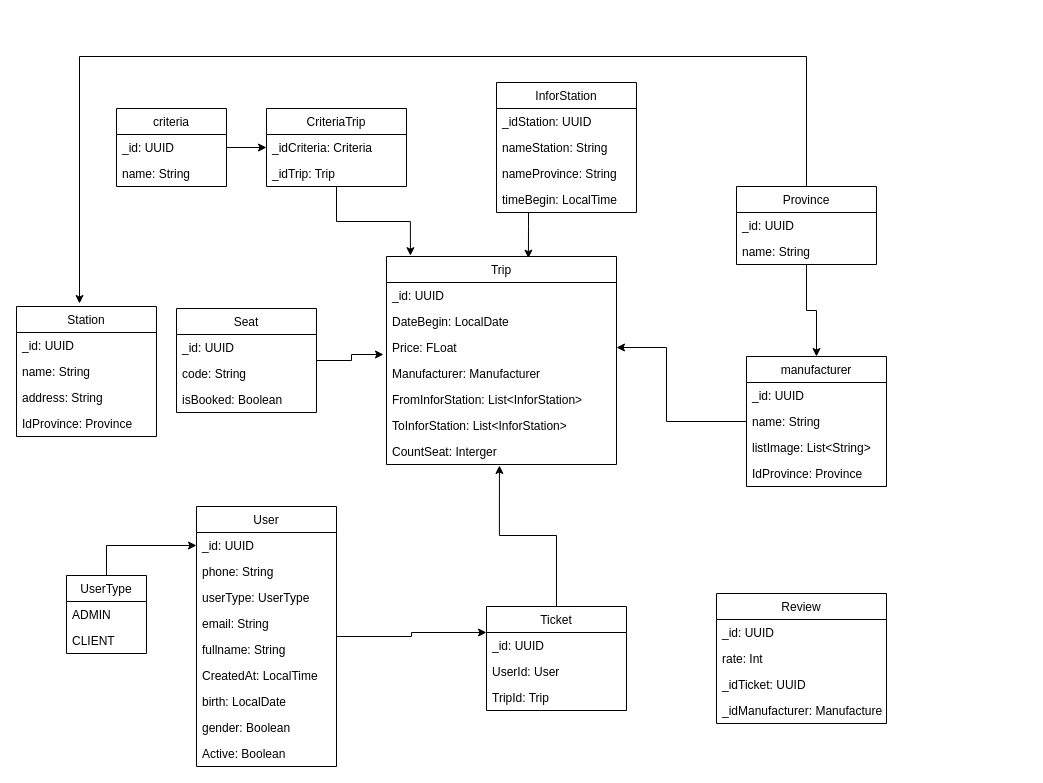
This is Untitled Diagram.drawio from quannguyen1999/manage-disks, a draw.io file, before an edit. Source tidied: cells renumbered, new cells numbered last; positions are measured from the earlier drawing's top-left corner, leaving out a move shared by most shapes. Both pictures are drawn from the tidied source at 100%, with x=0, y=0 at pixel (16, 56).
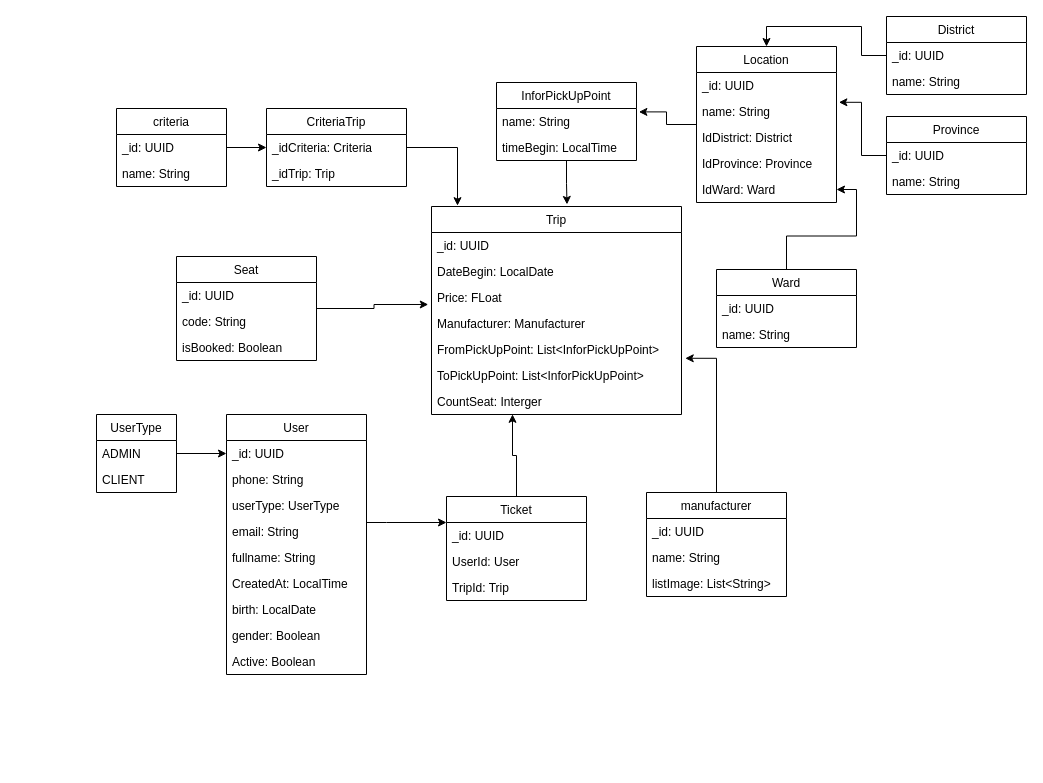
The same page after the edit.

The change refers to these unchanged cells:
```xml
<mxCell id="38" value="name: String" style="text;strokeColor=none;fillColor=none;align=left;verticalAlign=top;spacingLeft=4;spacingRight=4;overflow=hidden;points=[[0,0.5],[1,0.5]];portConstraint=eastwest;" parent="36" vertex="1">
  <mxGeometry y="52" width="140" height="26" as="geometry" />
</mxCell>
```

Change to the diagram source:
```diff
@@
     <mxCell id="3" value="Trip" style="swimlane;fontStyle=0;horizontal=1;startSize=26;fillColor=none;" parent="1" vertex="1">
-      <mxGeometry x="370" y="200" width="230" height="208" as="geometry" />
+      <mxGeometry x="415" y="150" width="250" height="208" as="geometry" />
     </mxCell>
     <mxCell id="4" value="_id: UUID" style="text;strokeColor=none;fillColor=none;align=left;verticalAlign=top;spacingLeft=4;spacingRight=4;overflow=hidden;" parent="3" vertex="1">
-      <mxGeometry y="26" width="230" height="26" as="geometry" />
+      <mxGeometry y="26" width="250" height="26" as="geometry" />
     </mxCell>
     <mxCell id="5" value="DateBegin: LocalDate" style="text;strokeColor=none;fillColor=none;align=left;verticalAlign=top;spacingLeft=4;spacingRight=4;overflow=hidden;" parent="3" vertex="1">
-      <mxGeometry y="52" width="230" height="26" as="geometry" />
+      <mxGeometry y="52" width="250" height="26" as="geometry" />
     </mxCell>
     <mxCell id="6" value="Price: FLoat" style="text;strokeColor=none;fillColor=none;align=left;verticalAlign=top;spacingLeft=4;spacingRight=4;overflow=hidden;points=[[0,0.5],[1,0.5]];portConstraint=eastwest;" parent="3" vertex="1">
-      <mxGeometry y="78" width="230" height="26" as="geometry" />
+      <mxGeometry y="78" width="250" height="26" as="geometry" />
     </mxCell>
     <mxCell id="7" value="Manufacturer: Manufacturer" style="text;strokeColor=none;fillColor=none;align=left;verticalAlign=top;spacingLeft=4;spacingRight=4;overflow=hidden;" parent="3" vertex="1">
-      <mxGeometry y="104" width="230" height="26" as="geometry" />
+      <mxGeometry y="104" width="250" height="26" as="geometry" />
     </mxCell>
-    <mxCell id="8" value="FromInforStation: List&lt;InforStation&gt;" style="text;strokeColor=none;fillColor=none;align=left;verticalAlign=top;spacingLeft=4;spacingRight=4;overflow=hidden;points=[[0,0.5],[1,0.5]];portConstraint=eastwest;" parent="3" vertex="1">
-      <mxGeometry y="130" width="230" height="26" as="geometry" />
+    <mxCell id="8" value="FromPickUpPoint: List&lt;InforPickUpPoint&gt;" style="text;strokeColor=none;fillColor=none;align=left;verticalAlign=top;spacingLeft=4;spacingRight=4;overflow=hidden;points=[[0,0.5],[1,0.5]];portConstraint=eastwest;" parent="3" vertex="1">
+      <mxGeometry y="130" width="250" height="26" as="geometry" />
     </mxCell>
-    <mxCell id="9" value="ToInforStation: List&lt;InforStation&gt;" style="text;strokeColor=none;fillColor=none;align=left;verticalAlign=top;spacingLeft=4;spacingRight=4;overflow=hidden;" parent="3" vertex="1">
-      <mxGeometry y="156" width="230" height="26" as="geometry" />
+    <mxCell id="9" value="ToPickUpPoint: List&lt;InforPickUpPoint&gt;" style="text;strokeColor=none;fillColor=none;align=left;verticalAlign=top;spacingLeft=4;spacingRight=4;overflow=hidden;" parent="3" vertex="1">
+      <mxGeometry y="156" width="250" height="26" as="geometry" />
     </mxCell>
     <mxCell id="10" value="CountSeat: Interger" style="text;strokeColor=none;fillColor=none;align=left;verticalAlign=top;spacingLeft=4;spacingRight=4;overflow=hidden;points=[[0,0.5],[1,0.5]];portConstraint=eastwest;" parent="3" vertex="1">
-      <mxGeometry y="182" width="230" height="26" as="geometry" />
+      <mxGeometry y="182" width="250" height="26" as="geometry" />
     </mxCell>
-    <mxCell id="11" style="edgeStyle=orthogonalEdgeStyle;rounded=0;jettySize=auto;html=1;entryX=1;entryY=0.5;entryDx=0;entryDy=0;" parent="1" edge="1" source="17">
-      <mxGeometry relative="1" as="geometry">
-        <mxPoint x="600" y="291" as="targetPoint" />
-        <Array as="points">
-          <mxPoint x="650" y="365" />
-          <mxPoint x="650" y="291" />
-        </Array>
-      </mxGeometry>
-    </mxCell>
-    <mxCell id="12" style="edgeStyle=orthogonalEdgeStyle;rounded=0;jettySize=auto;html=1;entryX=0.45;entryY=-0.023;entryDx=0;entryDy=0;entryPerimeter=0;" parent="1" edge="1" source="14" target="36">
-      <mxGeometry relative="1" as="geometry">
-        <Array as="points">
-          <mxPoint x="790" />
-          <mxPoint x="63" />
-        </Array>
-      </mxGeometry>
-    </mxCell>
-    <mxCell id="13" style="edgeStyle=orthogonalEdgeStyle;rounded=0;jettySize=auto;html=1;" parent="1" edge="1" source="14" target="17">
-      <mxGeometry relative="1" as="geometry" />
-    </mxCell>
+    <mxCell id="70" style="edgeStyle=orthogonalEdgeStyle;rounded=0;jettySize=auto;html=1;entryX=1.017;entryY=0.146;entryDx=0;entryDy=0;entryPerimeter=0;" parent="1" edge="1" source="14" target="38">
+      <mxGeometry relative="1" as="geometry" />
+    </mxCell>
     <mxCell id="14" value="Province" style="swimlane;fontStyle=0;horizontal=1;startSize=26;fillColor=none;" parent="1" vertex="1">
-      <mxGeometry x="720" y="130" width="140" height="78" as="geometry" />
+      <mxGeometry x="870" y="60" width="140" height="78" as="geometry" />
     </mxCell>
@@
+    <mxCell id="71" style="edgeStyle=orthogonalEdgeStyle;rounded=0;jettySize=auto;html=1;entryX=1.015;entryY=0.838;entryDx=0;entryDy=0;entryPerimeter=0;" parent="1" edge="1" source="17" target="8">
+      <mxGeometry relative="1" as="geometry" />
+    </mxCell>
     <mxCell id="17" value="manufacturer" style="swimlane;fontStyle=0;horizontal=1;startSize=26;fillColor=none;" parent="1" vertex="1">
-      <mxGeometry x="730" y="300" width="140" height="130" as="geometry" />
+      <mxGeometry x="630" y="436" width="140" height="104" as="geometry" />
     </mxCell>
@@
-    <mxCell id="21" value="IdProvince: Province" style="text;strokeColor=none;fillColor=none;align=left;verticalAlign=top;spacingLeft=4;spacingRight=4;overflow=hidden;" parent="17" vertex="1">
-      <mxGeometry y="104" width="140" height="26" as="geometry" />
-    </mxCell>
-    <mxCell id="22" value="Review" style="swimlane;fontStyle=0;horizontal=1;startSize=26;fillColor=none;" parent="1" vertex="1">
-      <mxGeometry x="700" y="537" width="170" height="130" as="geometry" />
-    </mxCell>
-    <mxCell id="23" value="_id: UUID" style="text;strokeColor=none;fillColor=none;align=left;verticalAlign=top;spacingLeft=4;spacingRight=4;overflow=hidden;" parent="22" vertex="1">
-      <mxGeometry y="26" width="170" height="26" as="geometry" />
-    </mxCell>
-    <mxCell id="24" value="rate: Int" style="text;strokeColor=none;fillColor=none;align=left;verticalAlign=top;spacingLeft=4;spacingRight=4;overflow=hidden;" parent="22" vertex="1">
-      <mxGeometry y="52" width="170" height="26" as="geometry" />
-    </mxCell>
-    <mxCell id="25" value="_idTicket: UUID" style="text;strokeColor=none;fillColor=none;align=left;verticalAlign=top;spacingLeft=4;spacingRight=4;overflow=hidden;" parent="22" vertex="1">
-      <mxGeometry y="78" width="170" height="26" as="geometry" />
-    </mxCell>
-    <mxCell id="26" value="_idManufacturer: Manufacturer" style="text;strokeColor=none;fillColor=none;align=left;verticalAlign=top;spacingLeft=4;spacingRight=4;overflow=hidden;" parent="22" vertex="1">
-      <mxGeometry y="104" width="170" height="26" as="geometry" />
-    </mxCell>
@@
     <mxCell id="32" value="Seat" style="swimlane;fontStyle=0;horizontal=1;startSize=26;fillColor=none;" parent="1" vertex="1">
-      <mxGeometry x="160" y="252" width="140" height="104" as="geometry" />
+      <mxGeometry x="160" y="200" width="140" height="104" as="geometry" />
     </mxCell>
@@
+    <mxCell id="72" style="edgeStyle=orthogonalEdgeStyle;rounded=0;jettySize=auto;html=1;entryX=1.017;entryY=0.131;entryDx=0;entryDy=0;entryPerimeter=0;" parent="1" edge="1" source="36" target="67">
+      <mxGeometry relative="1" as="geometry" />
+    </mxCell>
-    <mxCell id="36" value="Station" style="swimlane;fontStyle=0;horizontal=1;startSize=26;fillColor=none;" parent="1" vertex="1">
-      <mxGeometry y="250" width="140" height="130" as="geometry" />
+    <mxCell id="36" value="Location" style="swimlane;fontStyle=0;horizontal=1;startSize=26;fillColor=none;" parent="1" vertex="1">
+      <mxGeometry x="680" y="-10" width="140" height="156" as="geometry" />
     </mxCell>
@@
-    <mxCell id="39" value="address: String" style="text;strokeColor=none;fillColor=none;align=left;verticalAlign=top;spacingLeft=4;spacingRight=4;overflow=hidden;" parent="36" vertex="1">
-      <mxGeometry y="78" width="140" height="26" as="geometry" />
-    </mxCell>
-    <mxCell id="40" value="IdProvince: Province" style="text;strokeColor=none;fillColor=none;align=left;verticalAlign=top;spacingLeft=4;spacingRight=4;overflow=hidden;" parent="36" vertex="1">
-      <mxGeometry y="104" width="140" height="26" as="geometry" />
+    <mxCell id="40" value="IdDistrict: District" style="text;strokeColor=none;fillColor=none;align=left;verticalAlign=top;spacingLeft=4;spacingRight=4;overflow=hidden;" parent="36" vertex="1">
+      <mxGeometry y="78" width="140" height="26" as="geometry" />
     </mxCell>
+    <mxCell id="21" value="IdProvince: Province" style="text;strokeColor=none;fillColor=none;align=left;verticalAlign=top;spacingLeft=4;spacingRight=4;overflow=hidden;" parent="36" vertex="1">
+      <mxGeometry y="104" width="140" height="26" as="geometry" />
+    </mxCell>
+    <mxCell id="73" value="IdWard: Ward" style="text;strokeColor=none;fillColor=none;align=left;verticalAlign=top;spacingLeft=4;spacingRight=4;overflow=hidden;points=[[0,0.5],[1,0.5]];portConstraint=eastwest;" parent="36" vertex="1">
+      <mxGeometry y="130" width="140" height="26" as="geometry" />
+    </mxCell>
     <mxCell id="41" value="UserType" style="swimlane;fontStyle=0;horizontal=1;startSize=26;fillColor=none;" parent="1" vertex="1">
-      <mxGeometry x="50" y="519" width="80" height="78" as="geometry" />
+      <mxGeometry x="80" y="358" width="80" height="78" as="geometry" />
     </mxCell>
@@
     <mxCell id="44" style="edgeStyle=orthogonalEdgeStyle;rounded=0;jettySize=auto;html=1;entryX=0;entryY=0.25;entryDx=0;entryDy=0;" parent="1" edge="1" source="45" target="56">
-      <mxGeometry relative="1" as="geometry" />
+      <mxGeometry relative="1" as="geometry">
+        <Array as="points">
+          <mxPoint x="370" y="466" />
+          <mxPoint x="370" y="466" />
+        </Array>
+      </mxGeometry>
     </mxCell>
     <mxCell id="45" value="User" style="swimlane;fontStyle=0;horizontal=1;startSize=26;fillColor=none;" parent="1" vertex="1">
-      <mxGeometry x="180" y="450" width="140" height="260" as="geometry" />
+      <mxGeometry x="210" y="358" width="140" height="260" as="geometry" />
     </mxCell>
@@
-    <mxCell id="55" style="edgeStyle=orthogonalEdgeStyle;rounded=0;jettySize=auto;html=1;entryX=0.491;entryY=1.038;entryDx=0;entryDy=0;entryPerimeter=0;" parent="1" edge="1" source="56" target="10">
+    <mxCell id="55" style="edgeStyle=orthogonalEdgeStyle;rounded=0;jettySize=auto;html=1;entryX=0.324;entryY=0.992;entryDx=0;entryDy=0;entryPerimeter=0;" parent="1" edge="1" source="56" target="10">
       <mxGeometry relative="1" as="geometry" />
     </mxCell>
     <mxCell id="56" value="Ticket" style="swimlane;fontStyle=0;horizontal=1;startSize=26;fillColor=none;" parent="1" vertex="1">
-      <mxGeometry x="470" y="550" width="140" height="104" as="geometry" />
+      <mxGeometry x="430" y="440" width="140" height="104" as="geometry" />
     </mxCell>
@@
-    <mxCell id="64" style="edgeStyle=orthogonalEdgeStyle;rounded=0;jettySize=auto;html=1;entryX=0.617;entryY=0.008;entryDx=0;entryDy=0;entryPerimeter=0;" parent="1" edge="1" source="65" target="3">
-      <mxGeometry relative="1" as="geometry">
-        <Array as="points">
-          <mxPoint x="512" y="170" />
-          <mxPoint x="512" y="170" />
-        </Array>
-      </mxGeometry>
+    <mxCell id="64" style="edgeStyle=orthogonalEdgeStyle;rounded=0;jettySize=auto;html=1;entryX=0.542;entryY=-0.01;entryDx=0;entryDy=0;entryPerimeter=0;" parent="1" edge="1" source="65" target="3">
+      <mxGeometry relative="1" as="geometry" />
     </mxCell>
-    <mxCell id="65" value="InforStation" style="swimlane;fontStyle=0;horizontal=1;startSize=26;fillColor=none;" parent="1" vertex="1">
-      <mxGeometry x="480" y="26" width="140" height="130" as="geometry" />
+    <mxCell id="65" value="InforPickUpPoint" style="swimlane;fontStyle=0;horizontal=1;startSize=26;fillColor=none;" parent="1" vertex="1">
+      <mxGeometry x="480" y="26" width="140" height="78" as="geometry" />
     </mxCell>
-    <mxCell id="66" value="_idStation: UUID" style="text;strokeColor=none;fillColor=none;align=left;verticalAlign=top;spacingLeft=4;spacingRight=4;overflow=hidden;" parent="65" vertex="1">
-      <mxGeometry y="26" width="140" height="26" as="geometry" />
-    </mxCell>
-    <mxCell id="67" value="nameStation: String" style="text;strokeColor=none;fillColor=none;align=left;verticalAlign=top;spacingLeft=4;spacingRight=4;overflow=hidden;points=[[0,0.5],[1,0.5]];portConstraint=eastwest;" parent="65" vertex="1">
-      <mxGeometry y="52" width="140" height="26" as="geometry" />
+    <mxCell id="67" value="name: String" style="text;strokeColor=none;fillColor=none;align=left;verticalAlign=top;spacingLeft=4;spacingRight=4;overflow=hidden;points=[[0,0.5],[1,0.5]];portConstraint=eastwest;" parent="65" vertex="1">
+      <mxGeometry y="26" width="140" height="26" as="geometry" />
     </mxCell>
-    <mxCell id="68" value="nameProvince: String" style="text;strokeColor=none;fillColor=none;align=left;verticalAlign=top;spacingLeft=4;spacingRight=4;overflow=hidden;" parent="65" vertex="1">
-      <mxGeometry y="78" width="140" height="26" as="geometry" />
-    </mxCell>
     <mxCell id="69" value="timeBegin: LocalTime" style="text;strokeColor=none;fillColor=none;align=left;verticalAlign=top;spacingLeft=4;spacingRight=4;overflow=hidden;" parent="65" vertex="1">
-      <mxGeometry y="104" width="140" height="26" as="geometry" />
+      <mxGeometry y="52" width="140" height="26" as="geometry" />
     </mxCell>
+    <mxCell id="74" style="edgeStyle=orthogonalEdgeStyle;rounded=0;jettySize=auto;html=1;" parent="1" edge="1" source="75" target="73">
+      <mxGeometry relative="1" as="geometry" />
+    </mxCell>
+    <mxCell id="75" value="Ward" style="swimlane;fontStyle=0;horizontal=1;startSize=26;fillColor=none;" parent="1" vertex="1">
+      <mxGeometry x="700" y="213" width="140" height="78" as="geometry" />
+    </mxCell>
+    <mxCell id="76" value="_id: UUID" style="text;strokeColor=none;fillColor=none;align=left;verticalAlign=top;spacingLeft=4;spacingRight=4;overflow=hidden;" parent="75" vertex="1">
+      <mxGeometry y="26" width="140" height="26" as="geometry" />
+    </mxCell>
+    <mxCell id="77" value="name: String" style="text;strokeColor=none;fillColor=none;align=left;verticalAlign=top;spacingLeft=4;spacingRight=4;overflow=hidden;" parent="75" vertex="1">
+      <mxGeometry y="52" width="140" height="26" as="geometry" />
+    </mxCell>
+    <mxCell id="78" style="edgeStyle=orthogonalEdgeStyle;rounded=0;jettySize=auto;html=1;entryX=0.5;entryY=0;entryDx=0;entryDy=0;" parent="1" edge="1" source="79" target="36">
+      <mxGeometry relative="1" as="geometry" />
+    </mxCell>
+    <mxCell id="79" value="District" style="swimlane;fontStyle=0;horizontal=1;startSize=26;fillColor=none;" parent="1" vertex="1">
+      <mxGeometry x="870" y="-40" width="140" height="78" as="geometry" />
+    </mxCell>
+    <mxCell id="80" value="_id: UUID" style="text;strokeColor=none;fillColor=none;align=left;verticalAlign=top;spacingLeft=4;spacingRight=4;overflow=hidden;" parent="79" vertex="1">
+      <mxGeometry y="26" width="140" height="26" as="geometry" />
+    </mxCell>
+    <mxCell id="81" value="name: String" style="text;strokeColor=none;fillColor=none;align=left;verticalAlign=top;spacingLeft=4;spacingRight=4;overflow=hidden;" parent="79" vertex="1">
+      <mxGeometry y="52" width="140" height="26" as="geometry" />
+    </mxCell>
```
